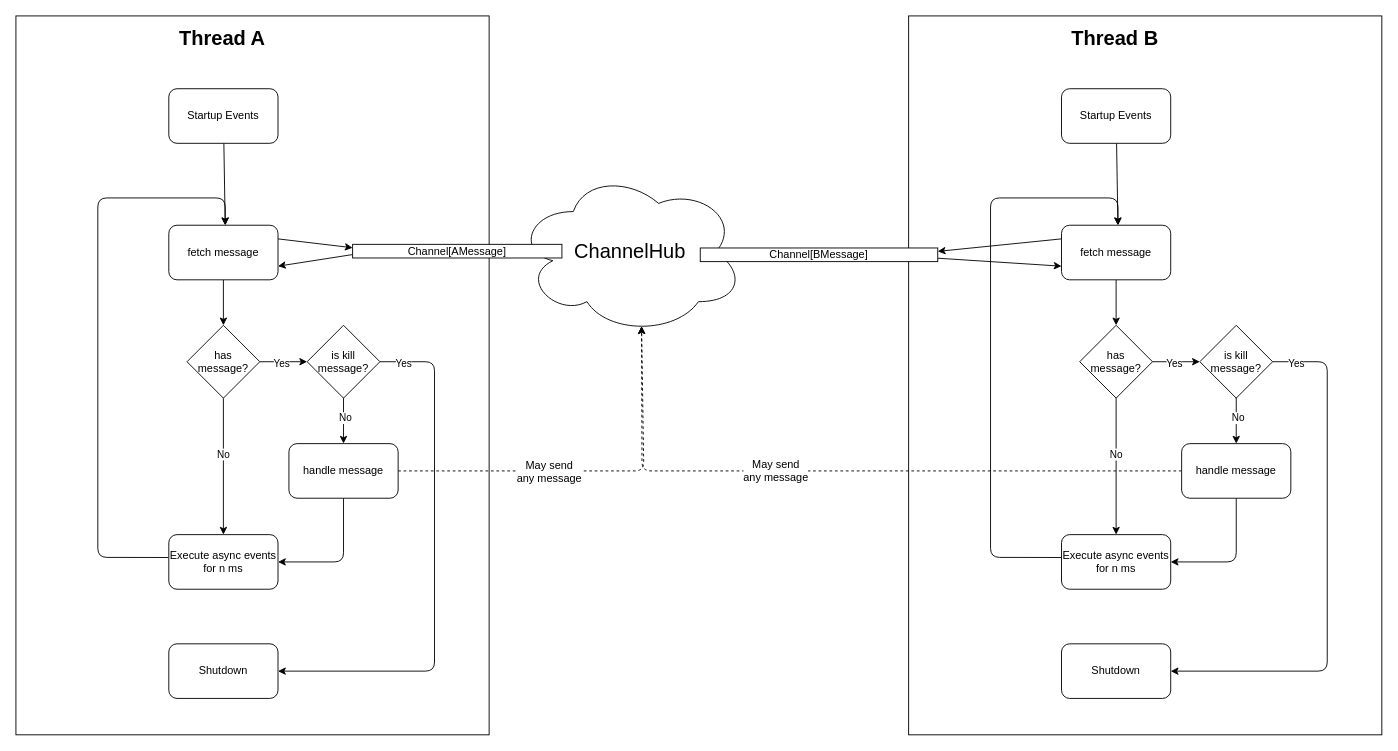
Above: assets/app_architecture.drawio in PhilippMDoerner/ThreadButler (draw.io), before the change. Source tidied: cells renumbered, new cells numbered last; positions are measured from the earlier drawing's top-left corner, leaving out a move shared by most shapes. Both pictures are drawn from the tidied source at 91%, with x=0, y=0 at pixel (15, 15).
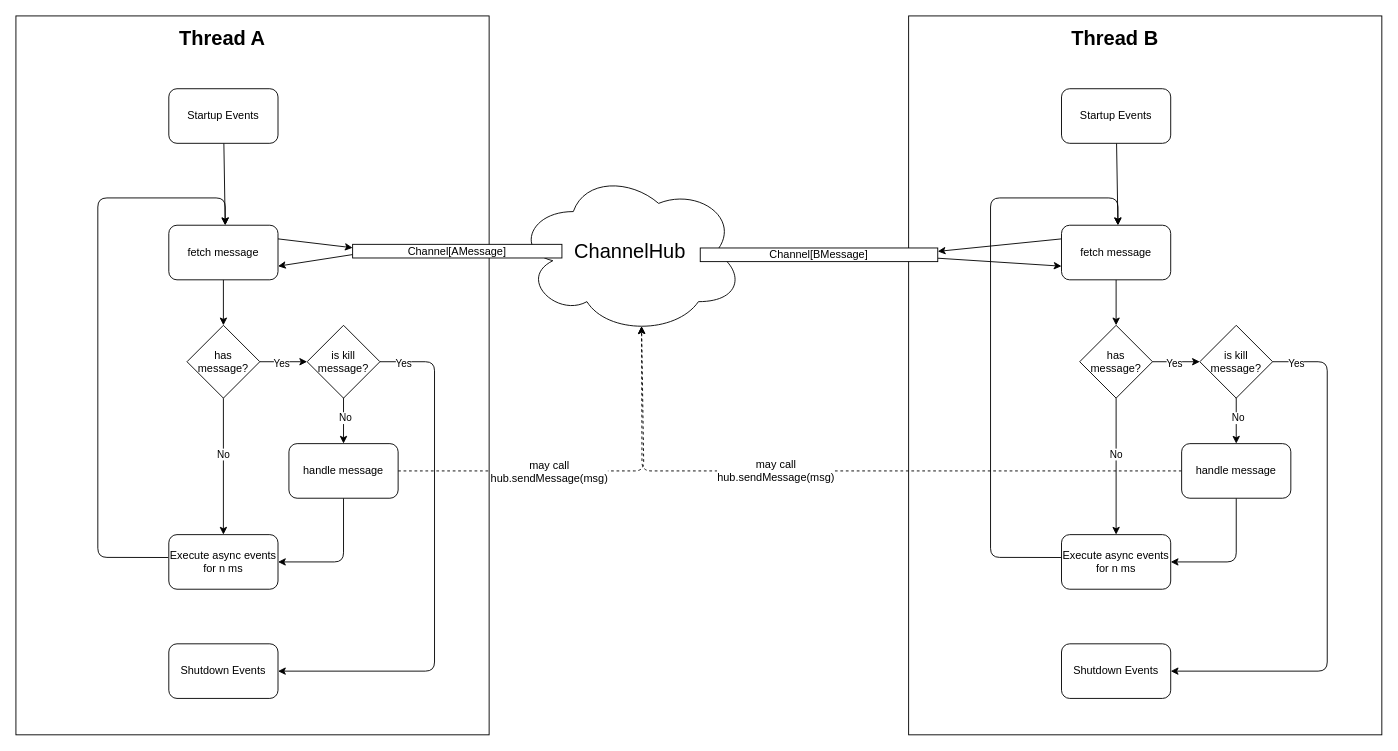
The same page after the edit.

The change refers to these unchanged cells:
```xml
<mxCell id="7" style="edgeStyle=none;html=1;exitX=1;exitY=0.5;exitDx=0;exitDy=0;entryX=0.55;entryY=0.95;entryDx=0;entryDy=0;entryPerimeter=0;fontSize=22;startArrow=none;startFill=0;endArrow=classic;endFill=1;dashed=1;" parent="1" edge="1" source="9" target="26">
  <mxGeometry relative="1" as="geometry">
    <Array as="points">
      <mxPoint x="690" y="500" />
    </Array>
  </mxGeometry>
</mxCell>
<mxCell id="34" style="edgeStyle=none;html=1;exitX=0;exitY=0.5;exitDx=0;exitDy=0;fontSize=12;startArrow=none;startFill=0;endArrow=classic;endFill=1;entryX=0.55;entryY=0.95;entryDx=0;entryDy=0;entryPerimeter=0;dashed=1;" parent="1" edge="1" source="36" target="26">
  <mxGeometry relative="1" as="geometry">
    <Array as="points">
      <mxPoint x="688" y="500" />
    </Array>
  </mxGeometry>
</mxCell>
```

Diff of the diagram source:
```diff
@@
-    <mxCell id="8" value="May send&lt;br&gt;any message" style="edgeLabel;html=1;align=center;verticalAlign=middle;fontSize=12;" parent="7" vertex="1">
+    <mxCell id="8" value="may call&lt;br&gt;hub.sendMessage(msg)" style="edgeLabel;html=1;align=center;verticalAlign=middle;fontSize=12;" parent="7" vertex="1">
       <mxGeometry x="-0.23" relative="1" as="geometry" />
     </mxCell>
@@
-    <mxCell id="19" value="Shutdown" style="rounded=1;whiteSpace=wrap;html=1;" parent="1" vertex="1">
+    <mxCell id="19" value="Shutdown Events" style="rounded=1;whiteSpace=wrap;html=1;" parent="1" vertex="1">
       <mxGeometry x="168" y="690" width="120" height="60" as="geometry" />
     </mxCell>
@@
-    <mxCell id="35" value="May send&lt;br&gt;any message" style="edgeLabel;html=1;align=center;verticalAlign=middle;fontSize=12;" parent="34" vertex="1">
+    <mxCell id="35" value="may call&lt;br&gt;hub.sendMessage(msg)" style="edgeLabel;html=1;align=center;verticalAlign=middle;fontSize=12;" parent="34" vertex="1">
       <mxGeometry x="0.19" y="-1" relative="1" as="geometry" />
     </mxCell>
@@
-    <mxCell id="46" value="Shutdown" style="rounded=1;whiteSpace=wrap;html=1;" parent="1" vertex="1">
+    <mxCell id="46" value="Shutdown Events" style="rounded=1;whiteSpace=wrap;html=1;" parent="1" vertex="1">
       <mxGeometry x="1149" y="690" width="120" height="60" as="geometry" />
     </mxCell>
```
